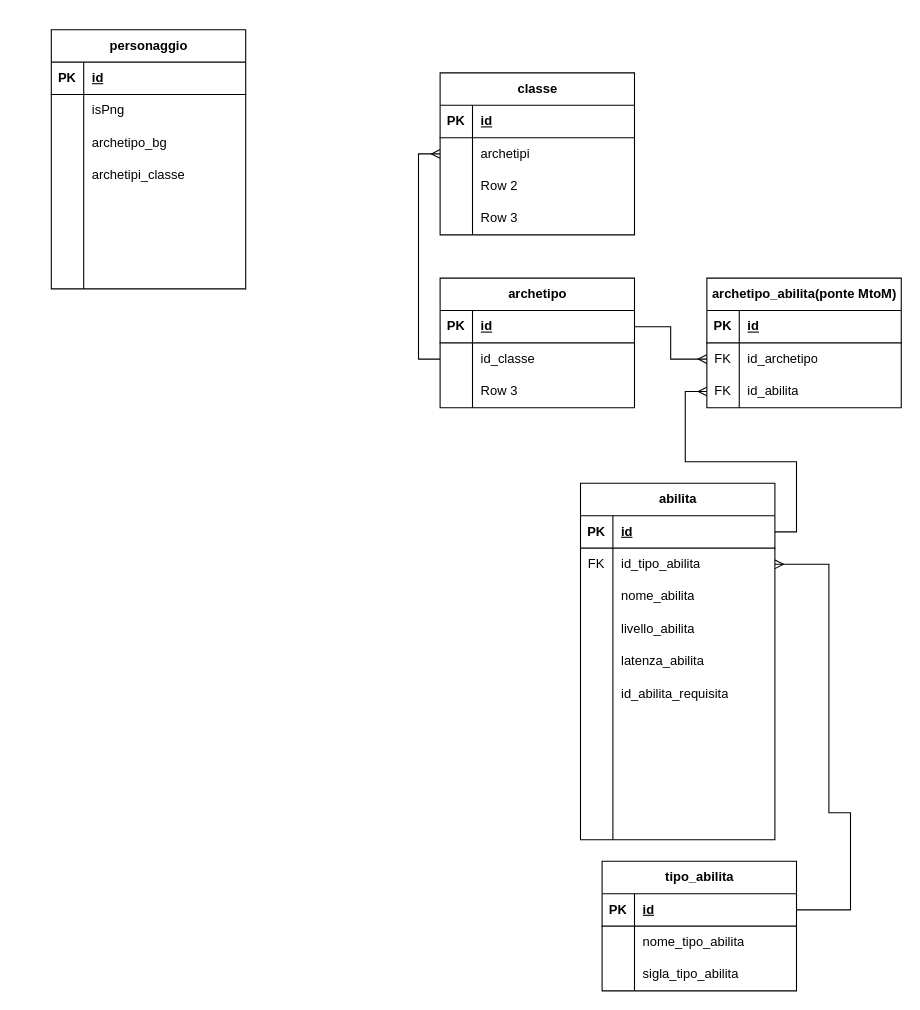
This is cronache.drawio from AntonioStrignano/conache-app, a draw.io file, before an edit. Source tidied: cells renumbered, new cells numbered last; positions are measured from the earlier drawing's top-left corner, leaving out a move shared by most shapes. Both pictures are drawn from the tidied source at 108%, with x=0, y=0 at pixel (51, 29).
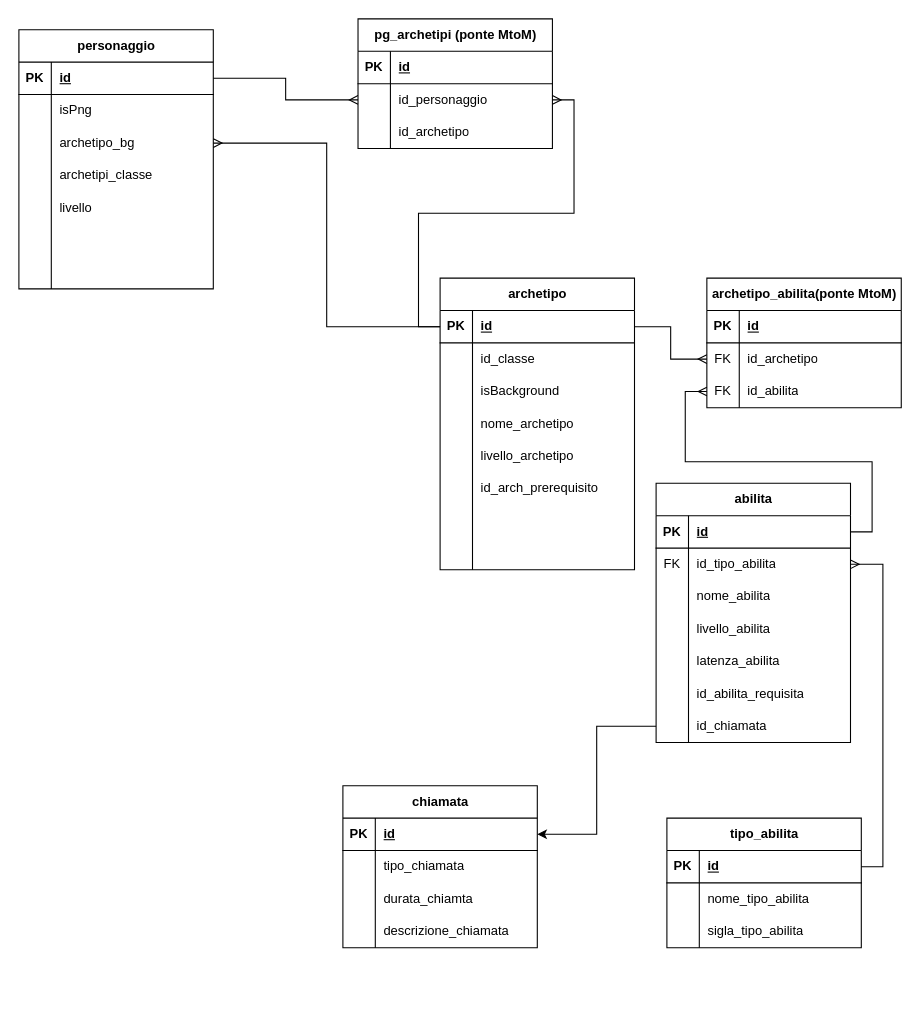
The same diagram, later.

The change refers to these unchanged cells:
```xml
<mxCell id="3" style="shape=tableRow;horizontal=0;startSize=0;swimlaneHead=0;swimlaneBody=0;fillColor=none;points=[[0,0.5],[1,0.5]];portConstraint=eastwest;top=0;left=0;right=0;bottom=1;" parent="2" vertex="1">
  <mxGeometry y="30" width="180" height="30" as="geometry" />
</mxCell>
<mxCell id="9" style="shape=tableRow;horizontal=0;startSize=0;swimlaneHead=0;swimlaneBody=0;fillColor=none;points=[[0,0.5],[1,0.5]];portConstraint=eastwest;top=0;left=0;right=0;bottom=0;" parent="2" vertex="1">
  <mxGeometry y="90" width="180" height="30" as="geometry" />
</mxCell>
<mxCell id="15" style="shape=tableRow;horizontal=0;startSize=0;swimlaneHead=0;swimlaneBody=0;fillColor=none;top=0;left=0;right=0;bottom=0;" parent="2" vertex="1">
  <mxGeometry y="150" width="180" height="30" as="geometry" />
</mxCell>
<mxCell id="28" style="shape=tableRow;horizontal=0;startSize=0;swimlaneHead=0;swimlaneBody=0;fillColor=none;points=[[0,0.5],[1,0.5]];portConstraint=eastwest;top=0;left=0;right=0;bottom=0;" parent="24" vertex="1">
  <mxGeometry y="60" width="180" height="30" as="geometry" />
</mxCell>
<mxCell id="56" style="shape=tableRow;horizontal=0;startSize=0;swimlaneHead=0;swimlaneBody=0;fillColor=none;points=[[0,0.5],[1,0.5]];portConstraint=eastwest;top=0;left=0;right=0;bottom=1;" parent="55" vertex="1">
  <mxGeometry y="30" width="180" height="30" as="geometry" />
</mxCell>
<mxCell id="67" style="shape=tableRow;horizontal=0;startSize=0;swimlaneHead=0;swimlaneBody=0;fillColor=none;points=[[0,0.5],[1,0.5]];portConstraint=eastwest;top=0;left=0;right=0;bottom=1;" parent="66" vertex="1">
  <mxGeometry y="30" width="180" height="30" as="geometry" />
</mxCell>
<mxCell id="70" style="shape=tableRow;horizontal=0;startSize=0;swimlaneHead=0;swimlaneBody=0;fillColor=none;points=[[0,0.5],[1,0.5]];portConstraint=eastwest;top=0;left=0;right=0;bottom=0;" parent="66" vertex="1">
  <mxGeometry y="60" width="180" height="30" as="geometry" />
</mxCell>
```

What changed in the source:
```diff
@@
     <mxCell id="2" value="personaggio" style="shape=table;startSize=30;childLayout=tableLayout;rowLines=0;fontStyle=1;align=center;html=1;" parent="1" vertex="1">
-      <mxGeometry width="180" height="240" as="geometry" />
+      <mxGeometry x="-30" width="180" height="240" as="geometry" />
     </mxCell>
@@
-    <mxCell id="17" style="shape=partialRectangle;fillColor=none;top=0;left=0;bottom=0;right=0;align=left;spacingLeft=6;overflow=hidden;whiteSpace=wrap;html=1;" parent="15" vertex="1">
+    <mxCell id="17" value="livello" style="shape=partialRectangle;fillColor=none;top=0;left=0;bottom=0;right=0;align=left;spacingLeft=6;overflow=hidden;whiteSpace=wrap;html=1;" parent="15" vertex="1">
       <mxGeometry x="30" width="150" height="30" as="geometry" />
     </mxCell>
@@
     <mxCell id="24" value="abilita" style="shape=table;startSize=30;childLayout=tableLayout;rowLines=0;fontStyle=1;align=center;html=1;" parent="1" vertex="1">
-      <mxGeometry x="490" y="420" width="180" height="330" as="geometry" />
+      <mxGeometry x="560" y="420" width="180" height="240" as="geometry" />
     </mxCell>
@@
-    <mxCell id="43" style="shape=tableRow;horizontal=0;startSize=0;swimlaneHead=0;swimlaneBody=0;fillColor=none;top=0;left=0;right=0;bottom=0;" parent="24" vertex="1">
-      <mxGeometry y="210" width="180" height="30" as="geometry" />
-    </mxCell>
-    <mxCell id="44" style="shape=partialRectangle;fillColor=none;top=0;left=0;bottom=0;right=0;overflow=hidden;whiteSpace=wrap;html=1;" parent="43" vertex="1">
-      <mxGeometry width="30" height="30" as="geometry" />
-    </mxCell>
-    <mxCell id="45" style="shape=partialRectangle;fillColor=none;top=0;left=0;bottom=0;right=0;align=left;spacingLeft=6;overflow=hidden;whiteSpace=wrap;html=1;" parent="43" vertex="1">
-      <mxGeometry x="30" width="150" height="30" as="geometry" />
-    </mxCell>
-    <mxCell id="46" style="shape=tableRow;horizontal=0;startSize=0;swimlaneHead=0;swimlaneBody=0;fillColor=none;top=0;left=0;right=0;bottom=0;" parent="24" vertex="1">
-      <mxGeometry y="240" width="180" height="30" as="geometry" />
-    </mxCell>
-    <mxCell id="47" style="shape=partialRectangle;fillColor=none;top=0;left=0;bottom=0;right=0;overflow=hidden;whiteSpace=wrap;html=1;" parent="46" vertex="1">
-      <mxGeometry width="30" height="30" as="geometry" />
-    </mxCell>
-    <mxCell id="48" style="shape=partialRectangle;fillColor=none;top=0;left=0;bottom=0;right=0;align=left;spacingLeft=6;overflow=hidden;whiteSpace=wrap;html=1;" parent="46" vertex="1">
-      <mxGeometry x="30" width="150" height="30" as="geometry" />
-    </mxCell>
-    <mxCell id="49" style="shape=tableRow;horizontal=0;startSize=0;swimlaneHead=0;swimlaneBody=0;fillColor=none;top=0;left=0;right=0;bottom=0;" parent="24" vertex="1">
-      <mxGeometry y="270" width="180" height="30" as="geometry" />
-    </mxCell>
-    <mxCell id="50" style="shape=partialRectangle;fillColor=none;top=0;left=0;bottom=0;right=0;overflow=hidden;whiteSpace=wrap;html=1;" parent="49" vertex="1">
-      <mxGeometry width="30" height="30" as="geometry" />
-    </mxCell>
-    <mxCell id="51" style="shape=partialRectangle;fillColor=none;top=0;left=0;bottom=0;right=0;align=left;spacingLeft=6;overflow=hidden;whiteSpace=wrap;html=1;" parent="49" vertex="1">
-      <mxGeometry x="30" width="150" height="30" as="geometry" />
-    </mxCell>
-    <mxCell id="52" style="shape=tableRow;horizontal=0;startSize=0;swimlaneHead=0;swimlaneBody=0;fillColor=none;top=0;left=0;right=0;bottom=0;" parent="24" vertex="1">
-      <mxGeometry y="300" width="180" height="30" as="geometry" />
-    </mxCell>
-    <mxCell id="53" style="shape=partialRectangle;fillColor=none;top=0;left=0;bottom=0;right=0;overflow=hidden;whiteSpace=wrap;html=1;" parent="52" vertex="1">
-      <mxGeometry width="30" height="30" as="geometry" />
-    </mxCell>
-    <mxCell id="54" style="shape=partialRectangle;fillColor=none;top=0;left=0;bottom=0;right=0;align=left;spacingLeft=6;overflow=hidden;whiteSpace=wrap;html=1;" parent="52" vertex="1">
-      <mxGeometry x="30" width="150" height="30" as="geometry" />
-    </mxCell>
+    <mxCell id="102" style="shape=tableRow;horizontal=0;startSize=0;swimlaneHead=0;swimlaneBody=0;fillColor=none;points=[[0,0.5],[1,0.5]];portConstraint=eastwest;top=0;left=0;right=0;bottom=0;" parent="24" vertex="1">
+      <mxGeometry y="210" width="180" height="30" as="geometry" />
+    </mxCell>
+    <mxCell id="103" style="shape=partialRectangle;fillColor=none;top=0;left=0;bottom=0;right=0;overflow=hidden;whiteSpace=wrap;html=1;" parent="102" vertex="1">
+      <mxGeometry width="30" height="30" as="geometry" />
+    </mxCell>
+    <mxCell id="104" value="id_chiamata" style="shape=partialRectangle;fillColor=none;top=0;left=0;bottom=0;right=0;align=left;spacingLeft=6;overflow=hidden;whiteSpace=wrap;html=1;" parent="102" vertex="1">
+      <mxGeometry x="30" width="150" height="30" as="geometry" />
+    </mxCell>
     <mxCell id="55" value="tipo_abilita" style="shape=table;startSize=30;childLayout=tableLayout;rowLines=0;fontStyle=1;align=center;html=1;" parent="1" vertex="1">
-      <mxGeometry x="510" y="770" width="180" height="120" as="geometry" />
+      <mxGeometry x="570" y="730" width="180" height="120" as="geometry" />
     </mxCell>
@@
-    <mxCell id="65" style="edgeStyle=orthogonalEdgeStyle;rounded=0;jettySize=auto;html=1;endArrow=ERmany;endFill=0;" parent="1" edge="1" source="56" target="28">
+    <mxCell id="65" style="rounded=0;jettySize=auto;html=1;endArrow=ERmany;endFill=0;edgeStyle=orthogonalEdgeStyle;" parent="1" edge="1" source="56" target="28">
       <mxGeometry relative="1" as="geometry">
         <Array as="points">
-          <mxPoint x="740" y="815" />
-          <mxPoint x="740" y="725" />
-          <mxPoint x="720" y="725" />
-          <mxPoint x="720" y="495" />
+          <mxPoint x="770" y="775" />
+          <mxPoint x="770" y="495" />
         </Array>
       </mxGeometry>
     </mxCell>
     <mxCell id="66" value="archetipo" style="shape=table;startSize=30;childLayout=tableLayout;rowLines=0;fontStyle=1;align=center;html=1;" parent="1" vertex="1">
-      <mxGeometry x="360" y="230" width="180" height="120" as="geometry" />
+      <mxGeometry x="360" y="230" width="180" height="270" as="geometry" />
     </mxCell>
@@
-    <mxCell id="73" style="shape=tableRow;horizontal=0;startSize=0;swimlaneHead=0;swimlaneBody=0;fillColor=none;top=0;left=0;right=0;bottom=0;" parent="66" vertex="1">
-      <mxGeometry y="90" width="180" height="30" as="geometry" />
-    </mxCell>
-    <mxCell id="74" style="shape=partialRectangle;fillColor=none;top=0;left=0;bottom=0;right=0;overflow=hidden;whiteSpace=wrap;html=1;" parent="73" vertex="1">
-      <mxGeometry width="30" height="30" as="geometry" />
-    </mxCell>
-    <mxCell id="75" value="Row 3" style="shape=partialRectangle;fillColor=none;top=0;left=0;bottom=0;right=0;align=left;spacingLeft=6;overflow=hidden;whiteSpace=wrap;html=1;" parent="73" vertex="1">
-      <mxGeometry x="30" width="150" height="30" as="geometry" />
-    </mxCell>
+    <mxCell id="105" style="shape=tableRow;horizontal=0;startSize=0;swimlaneHead=0;swimlaneBody=0;fillColor=none;top=0;left=0;right=0;bottom=0;" parent="66" vertex="1">
+      <mxGeometry y="90" width="180" height="30" as="geometry" />
+    </mxCell>
+    <mxCell id="106" style="shape=partialRectangle;fillColor=none;top=0;left=0;bottom=0;right=0;overflow=hidden;whiteSpace=wrap;html=1;" parent="105" vertex="1">
+      <mxGeometry width="30" height="30" as="geometry" />
+    </mxCell>
+    <mxCell id="107" value="isBackground" style="shape=partialRectangle;fillColor=none;top=0;left=0;bottom=0;right=0;align=left;spacingLeft=6;overflow=hidden;whiteSpace=wrap;html=1;" parent="105" vertex="1">
+      <mxGeometry x="30" width="150" height="30" as="geometry" />
+    </mxCell>
+    <mxCell id="108" style="shape=tableRow;horizontal=0;startSize=0;swimlaneHead=0;swimlaneBody=0;fillColor=none;top=0;left=0;right=0;bottom=0;" parent="66" vertex="1">
+      <mxGeometry y="120" width="180" height="30" as="geometry" />
+    </mxCell>
+    <mxCell id="109" style="shape=partialRectangle;fillColor=none;top=0;left=0;bottom=0;right=0;overflow=hidden;whiteSpace=wrap;html=1;" parent="108" vertex="1">
+      <mxGeometry width="30" height="30" as="geometry" />
+    </mxCell>
+    <mxCell id="110" value="nome_archetipo" style="shape=partialRectangle;fillColor=none;top=0;left=0;bottom=0;right=0;align=left;spacingLeft=6;overflow=hidden;whiteSpace=wrap;html=1;" parent="108" vertex="1">
+      <mxGeometry x="30" width="150" height="30" as="geometry" />
+    </mxCell>
+    <mxCell id="111" style="shape=tableRow;horizontal=0;startSize=0;swimlaneHead=0;swimlaneBody=0;fillColor=none;top=0;left=0;right=0;bottom=0;" parent="66" vertex="1">
+      <mxGeometry y="150" width="180" height="30" as="geometry" />
+    </mxCell>
+    <mxCell id="112" style="shape=partialRectangle;fillColor=none;top=0;left=0;bottom=0;right=0;overflow=hidden;whiteSpace=wrap;html=1;" parent="111" vertex="1">
+      <mxGeometry width="30" height="30" as="geometry" />
+    </mxCell>
+    <mxCell id="113" value="livello_archetipo" style="shape=partialRectangle;fillColor=none;top=0;left=0;bottom=0;right=0;align=left;spacingLeft=6;overflow=hidden;whiteSpace=wrap;html=1;" parent="111" vertex="1">
+      <mxGeometry x="30" width="150" height="30" as="geometry" />
+    </mxCell>
+    <mxCell id="114" style="shape=tableRow;horizontal=0;startSize=0;swimlaneHead=0;swimlaneBody=0;fillColor=none;top=0;left=0;right=0;bottom=0;" parent="66" vertex="1">
+      <mxGeometry y="180" width="180" height="30" as="geometry" />
+    </mxCell>
+    <mxCell id="115" style="shape=partialRectangle;fillColor=none;top=0;left=0;bottom=0;right=0;overflow=hidden;whiteSpace=wrap;html=1;" parent="114" vertex="1">
+      <mxGeometry width="30" height="30" as="geometry" />
+    </mxCell>
+    <mxCell id="116" value="id_arch_prerequisito" style="shape=partialRectangle;fillColor=none;top=0;left=0;bottom=0;right=0;align=left;spacingLeft=6;overflow=hidden;whiteSpace=wrap;html=1;" parent="114" vertex="1">
+      <mxGeometry x="30" width="150" height="30" as="geometry" />
+    </mxCell>
+    <mxCell id="117" style="shape=tableRow;horizontal=0;startSize=0;swimlaneHead=0;swimlaneBody=0;fillColor=none;top=0;left=0;right=0;bottom=0;" parent="66" vertex="1">
+      <mxGeometry y="210" width="180" height="30" as="geometry" />
+    </mxCell>
+    <mxCell id="118" style="shape=partialRectangle;fillColor=none;top=0;left=0;bottom=0;right=0;overflow=hidden;whiteSpace=wrap;html=1;" parent="117" vertex="1">
+      <mxGeometry width="30" height="30" as="geometry" />
+    </mxCell>
+    <mxCell id="119" style="shape=partialRectangle;fillColor=none;top=0;left=0;bottom=0;right=0;align=left;spacingLeft=6;overflow=hidden;whiteSpace=wrap;html=1;" parent="117" vertex="1">
+      <mxGeometry x="30" width="150" height="30" as="geometry" />
+    </mxCell>
+    <mxCell id="46" style="shape=tableRow;horizontal=0;startSize=0;swimlaneHead=0;swimlaneBody=0;fillColor=none;top=0;left=0;right=0;bottom=0;" parent="66" vertex="1">
+      <mxGeometry y="240" width="180" height="30" as="geometry" />
+    </mxCell>
+    <mxCell id="120" style="shape=partialRectangle;fillColor=none;top=0;left=0;bottom=0;right=0;overflow=hidden;whiteSpace=wrap;html=1;" parent="46" vertex="1">
+      <mxGeometry width="30" height="30" as="geometry" />
+    </mxCell>
+    <mxCell id="121" style="shape=partialRectangle;fillColor=none;top=0;left=0;bottom=0;right=0;align=left;spacingLeft=6;overflow=hidden;whiteSpace=wrap;html=1;" parent="46" vertex="1">
+      <mxGeometry x="30" width="150" height="30" as="geometry" />
+    </mxCell>
@@
-    <mxCell id="88" value="classe" style="shape=table;startSize=30;childLayout=tableLayout;rowLines=0;fontStyle=1;align=center;html=1;" parent="1" vertex="1">
-      <mxGeometry x="360" y="40" width="180" height="150" as="geometry" />
-    </mxCell>
-    <mxCell id="89" style="shape=tableRow;horizontal=0;startSize=0;swimlaneHead=0;swimlaneBody=0;fillColor=none;top=0;left=0;right=0;bottom=1;" parent="88" vertex="1">
-      <mxGeometry y="30" width="180" height="30" as="geometry" />
-    </mxCell>
-    <mxCell id="90" value="PK" style="shape=partialRectangle;fillColor=none;top=0;left=0;bottom=0;right=0;fontStyle=1;overflow=hidden;whiteSpace=wrap;html=1;" parent="89" vertex="1">
-      <mxGeometry width="30" height="30" as="geometry" />
-    </mxCell>
-    <mxCell id="91" value="id" style="shape=partialRectangle;fillColor=none;top=0;left=0;bottom=0;right=0;align=left;spacingLeft=6;fontStyle=5;overflow=hidden;whiteSpace=wrap;html=1;" parent="89" vertex="1">
-      <mxGeometry x="30" width="150" height="30" as="geometry" />
-    </mxCell>
-    <mxCell id="92" style="shape=tableRow;horizontal=0;startSize=0;swimlaneHead=0;swimlaneBody=0;fillColor=none;points=[[0,0.5],[1,0.5]];portConstraint=eastwest;top=0;left=0;right=0;bottom=0;" parent="88" vertex="1">
-      <mxGeometry y="60" width="180" height="30" as="geometry" />
-    </mxCell>
-    <mxCell id="93" style="shape=partialRectangle;fillColor=none;top=0;left=0;bottom=0;right=0;overflow=hidden;whiteSpace=wrap;html=1;" parent="92" vertex="1">
-      <mxGeometry width="30" height="30" as="geometry" />
-    </mxCell>
-    <mxCell id="94" value="archetipi" style="shape=partialRectangle;fillColor=none;top=0;left=0;bottom=0;right=0;align=left;spacingLeft=6;overflow=hidden;whiteSpace=wrap;html=1;" parent="92" vertex="1">
-      <mxGeometry x="30" width="150" height="30" as="geometry" />
-    </mxCell>
-    <mxCell id="95" style="shape=tableRow;horizontal=0;startSize=0;swimlaneHead=0;swimlaneBody=0;fillColor=none;top=0;left=0;right=0;bottom=0;" parent="88" vertex="1">
-      <mxGeometry y="90" width="180" height="30" as="geometry" />
-    </mxCell>
-    <mxCell id="96" style="shape=partialRectangle;fillColor=none;top=0;left=0;bottom=0;right=0;overflow=hidden;whiteSpace=wrap;html=1;" parent="95" vertex="1">
-      <mxGeometry width="30" height="30" as="geometry" />
-    </mxCell>
-    <mxCell id="97" value="Row 2" style="shape=partialRectangle;fillColor=none;top=0;left=0;bottom=0;right=0;align=left;spacingLeft=6;overflow=hidden;whiteSpace=wrap;html=1;" parent="95" vertex="1">
-      <mxGeometry x="30" width="150" height="30" as="geometry" />
-    </mxCell>
-    <mxCell id="98" style="shape=tableRow;horizontal=0;startSize=0;swimlaneHead=0;swimlaneBody=0;fillColor=none;top=0;left=0;right=0;bottom=0;" parent="88" vertex="1">
-      <mxGeometry y="120" width="180" height="30" as="geometry" />
-    </mxCell>
-    <mxCell id="99" style="shape=partialRectangle;fillColor=none;top=0;left=0;bottom=0;right=0;overflow=hidden;whiteSpace=wrap;html=1;" parent="98" vertex="1">
-      <mxGeometry width="30" height="30" as="geometry" />
-    </mxCell>
-    <mxCell id="100" value="Row 3" style="shape=partialRectangle;fillColor=none;top=0;left=0;bottom=0;right=0;align=left;spacingLeft=6;overflow=hidden;whiteSpace=wrap;html=1;" parent="98" vertex="1">
-      <mxGeometry x="30" width="150" height="30" as="geometry" />
-    </mxCell>
-    <mxCell id="101" style="edgeStyle=orthogonalEdgeStyle;rounded=0;jettySize=auto;html=1;startArrow=ERmany;startFill=0;endArrow=none;endFill=0;" parent="1" edge="1" source="92" target="70">
-      <mxGeometry relative="1" as="geometry">
-        <Array as="points">
-          <mxPoint x="340" y="115" />
-          <mxPoint x="340" y="305" />
-        </Array>
-      </mxGeometry>
-    </mxCell>
+    <mxCell id="122" value="chiamata" style="shape=table;startSize=30;childLayout=tableLayout;rowLines=0;fontStyle=1;align=center;html=1;" parent="1" vertex="1">
+      <mxGeometry x="270" y="700" width="180" height="150" as="geometry" />
+    </mxCell>
+    <mxCell id="123" style="shape=tableRow;horizontal=0;startSize=0;swimlaneHead=0;swimlaneBody=0;fillColor=none;points=[[0,0.5],[1,0.5]];portConstraint=eastwest;top=0;left=0;right=0;bottom=1;" parent="122" vertex="1">
+      <mxGeometry y="30" width="180" height="30" as="geometry" />
+    </mxCell>
+    <mxCell id="124" value="PK" style="shape=partialRectangle;fillColor=none;top=0;left=0;bottom=0;right=0;fontStyle=1;overflow=hidden;whiteSpace=wrap;html=1;" parent="123" vertex="1">
+      <mxGeometry width="30" height="30" as="geometry" />
+    </mxCell>
+    <mxCell id="125" value="id" style="shape=partialRectangle;fillColor=none;top=0;left=0;bottom=0;right=0;align=left;spacingLeft=6;fontStyle=5;overflow=hidden;whiteSpace=wrap;html=1;" parent="123" vertex="1">
+      <mxGeometry x="30" width="150" height="30" as="geometry" />
+    </mxCell>
+    <mxCell id="126" style="shape=tableRow;horizontal=0;startSize=0;swimlaneHead=0;swimlaneBody=0;fillColor=none;top=0;left=0;right=0;bottom=0;" parent="122" vertex="1">
+      <mxGeometry y="60" width="180" height="30" as="geometry" />
+    </mxCell>
+    <mxCell id="127" style="shape=partialRectangle;fillColor=none;top=0;left=0;bottom=0;right=0;overflow=hidden;whiteSpace=wrap;html=1;" parent="126" vertex="1">
+      <mxGeometry width="30" height="30" as="geometry" />
+    </mxCell>
+    <mxCell id="128" value="tipo_chiamata" style="shape=partialRectangle;fillColor=none;top=0;left=0;bottom=0;right=0;align=left;spacingLeft=6;overflow=hidden;whiteSpace=wrap;html=1;" parent="126" vertex="1">
+      <mxGeometry x="30" width="150" height="30" as="geometry" />
+    </mxCell>
+    <mxCell id="129" style="shape=tableRow;horizontal=0;startSize=0;swimlaneHead=0;swimlaneBody=0;fillColor=none;top=0;left=0;right=0;bottom=0;" parent="122" vertex="1">
+      <mxGeometry y="90" width="180" height="30" as="geometry" />
+    </mxCell>
+    <mxCell id="130" style="shape=partialRectangle;fillColor=none;top=0;left=0;bottom=0;right=0;overflow=hidden;whiteSpace=wrap;html=1;" parent="129" vertex="1">
+      <mxGeometry width="30" height="30" as="geometry" />
+    </mxCell>
+    <mxCell id="131" value="durata_chiamta" style="shape=partialRectangle;fillColor=none;top=0;left=0;bottom=0;right=0;align=left;spacingLeft=6;overflow=hidden;whiteSpace=wrap;html=1;" parent="129" vertex="1">
+      <mxGeometry x="30" width="150" height="30" as="geometry" />
+    </mxCell>
+    <mxCell id="132" style="shape=tableRow;horizontal=0;startSize=0;swimlaneHead=0;swimlaneBody=0;fillColor=none;top=0;left=0;right=0;bottom=0;" parent="122" vertex="1">
+      <mxGeometry y="120" width="180" height="30" as="geometry" />
+    </mxCell>
+    <mxCell id="133" style="shape=partialRectangle;fillColor=none;top=0;left=0;bottom=0;right=0;overflow=hidden;whiteSpace=wrap;html=1;" parent="132" vertex="1">
+      <mxGeometry width="30" height="30" as="geometry" />
+    </mxCell>
+    <mxCell id="134" value="descrizione_chiamata" style="shape=partialRectangle;fillColor=none;top=0;left=0;bottom=0;right=0;align=left;spacingLeft=6;overflow=hidden;whiteSpace=wrap;html=1;" parent="132" vertex="1">
+      <mxGeometry x="30" width="150" height="30" as="geometry" />
+    </mxCell>
+    <mxCell id="135" style="edgeStyle=orthogonalEdgeStyle;rounded=0;jettySize=auto;html=1;" parent="1" edge="1" source="102" target="123">
+      <mxGeometry relative="1" as="geometry" />
+    </mxCell>
+    <mxCell id="136" style="edgeStyle=orthogonalEdgeStyle;rounded=0;jettySize=auto;html=1;endArrow=ERmany;endFill=0;" parent="1" edge="1" source="67" target="9">
+      <mxGeometry relative="1" as="geometry" />
+    </mxCell>
+    <mxCell id="137" value="pg_archetipi (ponte MtoM)" style="shape=table;startSize=30;childLayout=tableLayout;rowLines=0;fontStyle=1;align=center;html=1;" parent="1" vertex="1">
+      <mxGeometry x="284" y="-10" width="180" height="120" as="geometry" />
+    </mxCell>
+    <mxCell id="138" style="shape=tableRow;horizontal=0;startSize=0;swimlaneHead=0;swimlaneBody=0;fillColor=none;top=0;left=0;right=0;bottom=1;" parent="137" vertex="1">
+      <mxGeometry y="30" width="180" height="30" as="geometry" />
+    </mxCell>
+    <mxCell id="139" value="PK" style="shape=partialRectangle;fillColor=none;top=0;left=0;bottom=0;right=0;fontStyle=1;overflow=hidden;whiteSpace=wrap;html=1;" parent="138" vertex="1">
+      <mxGeometry width="30" height="30" as="geometry" />
+    </mxCell>
+    <mxCell id="140" value="id" style="shape=partialRectangle;fillColor=none;top=0;left=0;bottom=0;right=0;align=left;spacingLeft=6;fontStyle=5;overflow=hidden;whiteSpace=wrap;html=1;" parent="138" vertex="1">
+      <mxGeometry x="30" width="150" height="30" as="geometry" />
+    </mxCell>
+    <mxCell id="141" style="shape=tableRow;horizontal=0;startSize=0;swimlaneHead=0;swimlaneBody=0;fillColor=none;points=[[0,0.5],[1,0.5]];portConstraint=eastwest;top=0;left=0;right=0;bottom=0;" parent="137" vertex="1">
+      <mxGeometry y="60" width="180" height="30" as="geometry" />
+    </mxCell>
+    <mxCell id="142" style="shape=partialRectangle;fillColor=none;top=0;left=0;bottom=0;right=0;overflow=hidden;whiteSpace=wrap;html=1;" parent="141" vertex="1">
+      <mxGeometry width="30" height="30" as="geometry" />
+    </mxCell>
+    <mxCell id="143" value="id_personaggio" style="shape=partialRectangle;fillColor=none;top=0;left=0;bottom=0;right=0;align=left;spacingLeft=6;overflow=hidden;whiteSpace=wrap;html=1;" parent="141" vertex="1">
+      <mxGeometry x="30" width="150" height="30" as="geometry" />
+    </mxCell>
+    <mxCell id="144" style="shape=tableRow;horizontal=0;startSize=0;swimlaneHead=0;swimlaneBody=0;fillColor=none;top=0;left=0;right=0;bottom=0;" parent="137" vertex="1">
+      <mxGeometry y="90" width="180" height="30" as="geometry" />
+    </mxCell>
+    <mxCell id="145" style="shape=partialRectangle;fillColor=none;top=0;left=0;bottom=0;right=0;overflow=hidden;whiteSpace=wrap;html=1;" parent="144" vertex="1">
+      <mxGeometry width="30" height="30" as="geometry" />
+    </mxCell>
+    <mxCell id="146" value="id_archetipo" style="shape=partialRectangle;fillColor=none;top=0;left=0;bottom=0;right=0;align=left;spacingLeft=6;overflow=hidden;whiteSpace=wrap;html=1;" parent="144" vertex="1">
+      <mxGeometry x="30" width="150" height="30" as="geometry" />
+    </mxCell>
+    <mxCell id="147" style="edgeStyle=orthogonalEdgeStyle;rounded=0;jettySize=auto;html=1;endArrow=ERmany;endFill=0;" parent="1" edge="1" source="3" target="141">
+      <mxGeometry relative="1" as="geometry" />
+    </mxCell>
+    <mxCell id="148" style="edgeStyle=orthogonalEdgeStyle;rounded=0;jettySize=auto;html=1;endArrow=ERmany;endFill=0;" parent="1" edge="1" source="67" target="141">
+      <mxGeometry relative="1" as="geometry" />
+    </mxCell>
```
